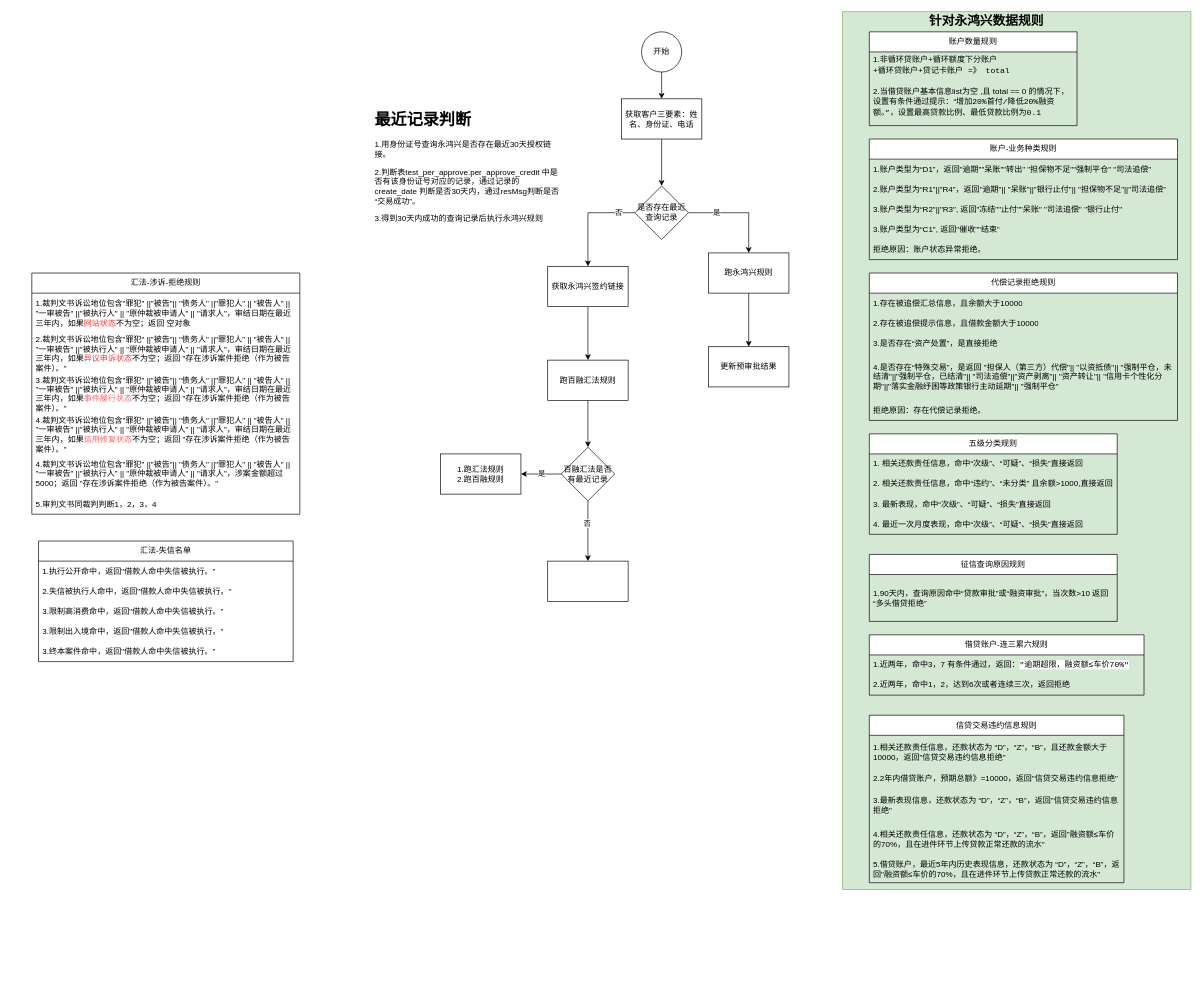
Above: 保险业务预审批规则.drawio in XiongZen/QJReconstitution (draw.io), before the change. Source tidied: cells renumbered, new cells numbered last; positions are measured from the earlier drawing's top-left corner, leaving out a move shared by most shapes. Both pictures are drawn from the tidied source at 67%, with x=0, y=0 at pixel (31, 11).
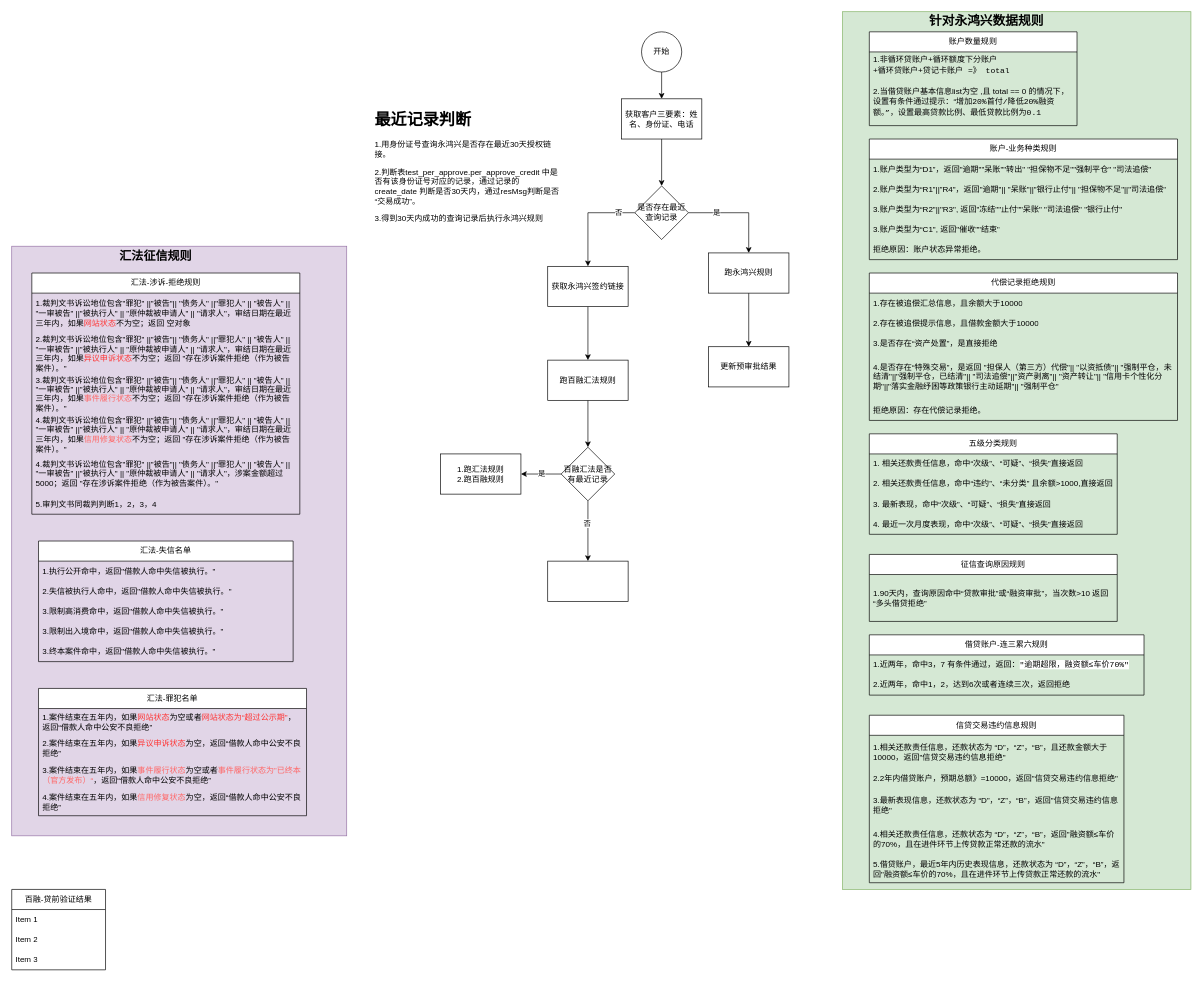
The same diagram, later.

Commit message:
Update 保险业务预审批规则.drawio

Change to the diagram source:
```diff
@@
+    <mxCell id="72" style="rounded=0;whiteSpace=wrap;html=1;fillColor=#e1d5e7;strokeColor=#9673a6;" parent="1" vertex="1">
+      <mxGeometry x="-30" y="350" width="500" height="880" as="geometry" />
+    </mxCell>
@@
+    <mxCell id="73" value="汇法-罪犯名单" style="swimlane;fontStyle=0;horizontal=1;startSize=30;whiteSpace=wrap;html=1;" parent="1" vertex="1">
+      <mxGeometry x="10" y="1010" width="400" height="190" as="geometry" />
+    </mxCell>
+    <mxCell id="74" value="1.案件结束在五年内，如果&lt;font color=&quot;#ff3333&quot;&gt;网站状态&lt;/font&gt;为空或者&lt;span style=&quot;color: rgb(255, 51, 51);&quot;&gt;网站状态为“超过公示期&quot;&lt;/span&gt;，返回“借款人命中公安不良拒绝”" style="text;strokeColor=none;fillColor=none;align=left;verticalAlign=middle;spacingLeft=4;spacingRight=4;overflow=hidden;whiteSpace=wrap;html=1;" parent="73" vertex="1">
+      <mxGeometry y="30" width="400" height="40" as="geometry" />
+    </mxCell>
+    <mxCell id="75" value="2.案件结束在五年内，如果&lt;span style=&quot;color: rgb(255, 51, 51);&quot;&gt;异议申诉状态&lt;/span&gt;为空，返回“借款人命中公安不良拒绝”" style="text;strokeColor=none;fillColor=none;align=left;verticalAlign=middle;spacingLeft=4;spacingRight=4;overflow=hidden;whiteSpace=wrap;html=1;" parent="73" vertex="1">
+      <mxGeometry y="70" width="400" height="40" as="geometry" />
+    </mxCell>
+    <mxCell id="76" value="3.案件结束在五年内，如果&lt;span style=&quot;color: rgb(255, 102, 102);&quot;&gt;事件履行状态&lt;/span&gt;为空或者&lt;span style=&quot;color: rgb(255, 102, 102);&quot;&gt;事件履行状态为”已终本（官方发布）“&lt;/span&gt;，返回“借款人命中公安不良拒绝”" style="text;strokeColor=none;fillColor=none;align=left;verticalAlign=middle;spacingLeft=4;spacingRight=4;overflow=hidden;whiteSpace=wrap;html=1;" parent="73" vertex="1">
+      <mxGeometry y="110" width="400" height="40" as="geometry" />
+    </mxCell>
+    <mxCell id="77" value="4.案件结束在五年内，如果&lt;span style=&quot;color: rgb(255, 102, 102);&quot;&gt;信用修复状态&lt;/span&gt;为空，返回“借款人命中公安不良拒绝”" style="text;strokeColor=none;fillColor=none;align=left;verticalAlign=middle;spacingLeft=4;spacingRight=4;overflow=hidden;whiteSpace=wrap;html=1;" parent="73" vertex="1">
+      <mxGeometry y="150" width="400" height="40" as="geometry" />
+    </mxCell>
+    <mxCell id="78" value="&lt;font style=&quot;font-size: 18px;&quot;&gt;&lt;b&gt;&lt;font style=&quot;font-size: 18px;&quot;&gt;汇法征信规&lt;/font&gt;&lt;font style=&quot;font-size: 18px;&quot;&gt;则&lt;/font&gt;&lt;/b&gt;&lt;/font&gt;" style="text;html=1;align=center;verticalAlign=middle;whiteSpace=wrap;rounded=0;" parent="1" vertex="1">
+      <mxGeometry x="100" y="350" width="170" height="30" as="geometry" />
+    </mxCell>
+    <mxCell id="79" value="百融-贷前验证结果" style="swimlane;fontStyle=0;horizontal=1;startSize=30;whiteSpace=wrap;html=1;" parent="1" vertex="1">
+      <mxGeometry x="-30" y="1310" width="140" height="120" as="geometry" />
+    </mxCell>
+    <mxCell id="80" value="Item 1" style="text;strokeColor=none;fillColor=none;align=left;verticalAlign=middle;spacingLeft=4;spacingRight=4;overflow=hidden;whiteSpace=wrap;html=1;" parent="79" vertex="1">
+      <mxGeometry y="30" width="140" height="30" as="geometry" />
+    </mxCell>
+    <mxCell id="81" value="Item 2" style="text;strokeColor=none;fillColor=none;align=left;verticalAlign=middle;spacingLeft=4;spacingRight=4;overflow=hidden;whiteSpace=wrap;html=1;" parent="79" vertex="1">
+      <mxGeometry y="60" width="140" height="30" as="geometry" />
+    </mxCell>
+    <mxCell id="82" value="Item 3" style="text;strokeColor=none;fillColor=none;align=left;verticalAlign=middle;spacingLeft=4;spacingRight=4;overflow=hidden;whiteSpace=wrap;html=1;" parent="79" vertex="1">
+      <mxGeometry y="90" width="140" height="30" as="geometry" />
+    </mxCell>
```
